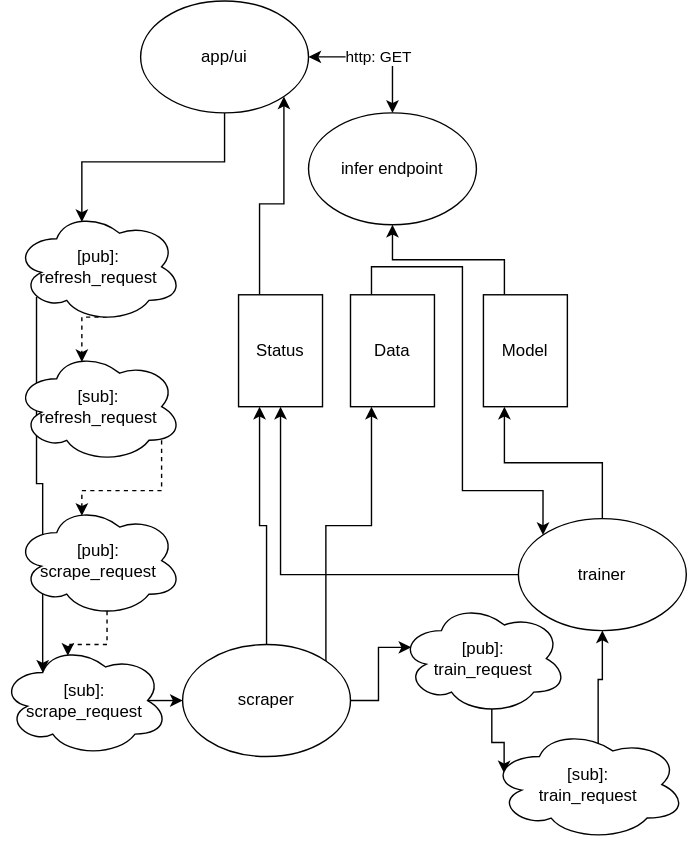
Above: Architecture.svg in tianle91/astroturf (draw.io), before the change. Source tidied: cells renumbered, new cells last; positions are measured from the earlier drawing's top-left corner, leaving out a move shared by most shapes.
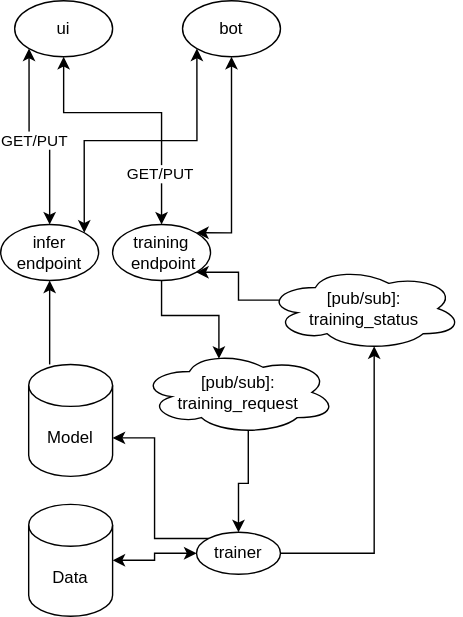
Above is the later version.

Diff of the diagram source:
```diff
@@ -2,102 +2,82 @@
   <root>
     <mxCell id="0" />
     <mxCell id="1" parent="0" />
-    <mxCell id="2" style="edgeStyle=orthogonalEdgeStyle;rounded=0;jettySize=auto;html=1;exitX=0.25;exitY=0;exitDx=0;exitDy=0;entryX=1;entryY=1;entryDx=0;entryDy=0;" parent="1" edge="1" source="3" target="23">
-      <mxGeometry relative="1" as="geometry" />
-    </mxCell>
-    <mxCell id="3" value="Status" style="shape=cylinder3;whiteSpace=wrap;html=1;boundedLbl=1;backgroundOutline=1;size=15;" parent="1" vertex="1">
-      <mxGeometry x="170" y="210" width="60" height="80" as="geometry" />
-    </mxCell>
-    <mxCell id="4" style="edgeStyle=orthogonalEdgeStyle;rounded=0;jettySize=auto;html=1;exitX=0.25;exitY=0;exitDx=0;exitDy=0;entryX=0;entryY=0;entryDx=0;entryDy=0;startArrow=none;startFill=0;" parent="1" edge="1" source="5" target="31">
-      <mxGeometry relative="1" as="geometry">
-        <Array as="points">
-          <mxPoint x="265" y="190" />
-          <mxPoint x="330" y="190" />
-          <mxPoint x="330" y="350" />
-          <mxPoint x="388" y="350" />
-        </Array>
-      </mxGeometry>
-    </mxCell>
+    <mxCell id="32" style="edgeStyle=orthogonalEdgeStyle;rounded=0;jettySize=auto;html=1;exitX=1;exitY=0.5;exitDx=0;exitDy=0;exitPerimeter=0;entryX=0;entryY=0.5;entryDx=0;entryDy=0;startArrow=classic;startFill=1;" parent="1" edge="1" source="5" target="28">
+      <mxGeometry relative="1" as="geometry" />
+    </mxCell>
     <mxCell id="5" value="Data" style="shape=cylinder3;whiteSpace=wrap;html=1;boundedLbl=1;backgroundOutline=1;size=15;" parent="1" vertex="1">
-      <mxGeometry x="250" y="210" width="60" height="80" as="geometry" />
+      <mxGeometry x="20" y="370" width="60" height="80" as="geometry" />
     </mxCell>
     <mxCell id="6" style="edgeStyle=orthogonalEdgeStyle;rounded=0;jettySize=auto;html=1;exitX=0.25;exitY=0;exitDx=0;exitDy=0;entryX=0.5;entryY=1;entryDx=0;entryDy=0;" parent="1" edge="1" source="7" target="24">
       <mxGeometry relative="1" as="geometry" />
     </mxCell>
     <mxCell id="7" value="Model" style="shape=cylinder3;whiteSpace=wrap;html=1;boundedLbl=1;backgroundOutline=1;size=15;" parent="1" vertex="1">
-      <mxGeometry x="345" y="210" width="60" height="80" as="geometry" />
+      <mxGeometry x="20" y="270" width="60" height="80" as="geometry" />
     </mxCell>
-    <mxCell id="8" style="edgeStyle=orthogonalEdgeStyle;rounded=0;jettySize=auto;html=1;exitX=0.55;exitY=0.95;exitDx=0;exitDy=0;exitPerimeter=0;entryX=0.4;entryY=0.1;entryDx=0;entryDy=0;entryPerimeter=0;dashed=1;" parent="1" edge="1" source="10" target="12">
-      <mxGeometry relative="1" as="geometry" />
-    </mxCell>
-    <mxCell id="9" style="edgeStyle=orthogonalEdgeStyle;rounded=0;jettySize=auto;html=1;exitX=0.13;exitY=0.77;exitDx=0;exitDy=0;exitPerimeter=0;entryX=0.25;entryY=0.25;entryDx=0;entryDy=0;entryPerimeter=0;" parent="1" edge="1" source="10" target="16">
-      <mxGeometry relative="1" as="geometry" />
-    </mxCell>
+    <mxCell id="33" style="edgeStyle=orthogonalEdgeStyle;rounded=0;jettySize=auto;html=1;exitX=0.55;exitY=0.95;exitDx=0;exitDy=0;exitPerimeter=0;entryX=0.5;entryY=0;entryDx=0;entryDy=0;startArrow=none;startFill=0;" parent="1" edge="1" source="10" target="28">
+      <mxGeometry relative="1" as="geometry" />
+    </mxCell>
-    <mxCell id="10" value="[pub]: &lt;br&gt;refresh_request" style="ellipse;shape=cloud;whiteSpace=wrap;html=1;" parent="1" vertex="1">
-      <mxGeometry x="10" y="150" width="120" height="80" as="geometry" />
+    <mxCell id="10" value="[pub/sub]: &lt;br&gt;training_request" style="ellipse;shape=cloud;whiteSpace=wrap;html=1;" parent="1" vertex="1">
+      <mxGeometry x="100" y="260" width="140" height="60" as="geometry" />
     </mxCell>
-    <mxCell id="11" style="edgeStyle=orthogonalEdgeStyle;rounded=0;jettySize=auto;html=1;exitX=0.875;exitY=0.5;exitDx=0;exitDy=0;exitPerimeter=0;entryX=0.4;entryY=0.1;entryDx=0;entryDy=0;entryPerimeter=0;dashed=1;" parent="1" edge="1" source="12" target="14">
-      <mxGeometry relative="1" as="geometry" />
-    </mxCell>
-    <mxCell id="12" value="[sub]: &lt;br&gt;refresh_request" style="ellipse;shape=cloud;whiteSpace=wrap;html=1;" parent="1" vertex="1">
-      <mxGeometry x="10" y="250" width="120" height="80" as="geometry" />
-    </mxCell>
-    <mxCell id="13" style="edgeStyle=orthogonalEdgeStyle;rounded=0;jettySize=auto;html=1;exitX=0.55;exitY=0.95;exitDx=0;exitDy=0;exitPerimeter=0;entryX=0.4;entryY=0.1;entryDx=0;entryDy=0;entryPerimeter=0;dashed=1;" parent="1" edge="1" source="14" target="16">
-      <mxGeometry relative="1" as="geometry" />
-    </mxCell>
-    <mxCell id="14" value="[pub]: &lt;br&gt;scrape_request" style="ellipse;shape=cloud;whiteSpace=wrap;html=1;" parent="1" vertex="1">
-      <mxGeometry x="10" y="360" width="120" height="80" as="geometry" />
-    </mxCell>
-    <mxCell id="15" style="edgeStyle=orthogonalEdgeStyle;rounded=0;jettySize=auto;html=1;exitX=0.875;exitY=0.5;exitDx=0;exitDy=0;exitPerimeter=0;entryX=0;entryY=0.5;entryDx=0;entryDy=0;startArrow=none;startFill=0;" parent="1" edge="1" source="16" target="28">
-      <mxGeometry relative="1" as="geometry" />
-    </mxCell>
-    <mxCell id="16" value="[sub]: &lt;br&gt;scrape_request" style="ellipse;shape=cloud;whiteSpace=wrap;html=1;" parent="1" vertex="1">
-      <mxGeometry y="460" width="120" height="80" as="geometry" />
-    </mxCell>
-    <mxCell id="17" style="edgeStyle=orthogonalEdgeStyle;rounded=0;jettySize=auto;html=1;exitX=0.55;exitY=0.95;exitDx=0;exitDy=0;exitPerimeter=0;entryX=0.07;entryY=0.4;entryDx=0;entryDy=0;entryPerimeter=0;" parent="1" edge="1" source="18" target="20">
-      <mxGeometry relative="1" as="geometry" />
-    </mxCell>
-    <mxCell id="18" value="[pub]: &lt;br&gt;train_request" style="ellipse;shape=cloud;whiteSpace=wrap;html=1;" parent="1" vertex="1">
-      <mxGeometry x="285" y="430" width="120" height="80" as="geometry" />
-    </mxCell>
-    <mxCell id="19" style="edgeStyle=orthogonalEdgeStyle;rounded=0;jettySize=auto;html=1;exitX=0.55;exitY=0.95;exitDx=0;exitDy=0;exitPerimeter=0;" parent="1" edge="1" source="20" target="31">
-      <mxGeometry relative="1" as="geometry" />
-    </mxCell>
-    <mxCell id="20" value="[sub]: &lt;br&gt;train_request" style="ellipse;shape=cloud;whiteSpace=wrap;html=1;" parent="1" vertex="1">
-      <mxGeometry x="350" y="520" width="140" height="80" as="geometry" />
-    </mxCell>
-    <mxCell id="21" value="http: GET" style="edgeStyle=orthogonalEdgeStyle;rounded=0;jettySize=auto;html=1;exitX=1;exitY=0.5;exitDx=0;exitDy=0;entryX=0.5;entryY=0;entryDx=0;entryDy=0;startArrow=classic;startFill=1;" parent="1" edge="1" source="23" target="24">
+    <mxCell id="21" value="GET/PUT" style="edgeStyle=orthogonalEdgeStyle;rounded=0;jettySize=auto;html=1;exitX=0;exitY=1;exitDx=0;exitDy=0;entryX=0.5;entryY=0;entryDx=0;entryDy=0;startArrow=classic;startFill=1;" parent="1" edge="1" source="23" target="24">
       <mxGeometry relative="1" as="geometry" />
     </mxCell>
-    <mxCell id="22" style="edgeStyle=orthogonalEdgeStyle;rounded=0;jettySize=auto;html=1;exitX=0.5;exitY=1;exitDx=0;exitDy=0;entryX=0.4;entryY=0.1;entryDx=0;entryDy=0;entryPerimeter=0;" parent="1" edge="1" source="23" target="10">
-      <mxGeometry relative="1" as="geometry" />
-    </mxCell>
-    <mxCell id="23" value="app/ui" style="ellipse;whiteSpace=wrap;html=1;" parent="1" vertex="1">
-      <mxGeometry x="100" width="120" height="80" as="geometry" />
+    <mxCell id="23" value="ui" style="ellipse;whiteSpace=wrap;html=1;" parent="1" vertex="1">
+      <mxGeometry x="10" y="10" width="70" height="40" as="geometry" />
     </mxCell>
+    <mxCell id="34" style="edgeStyle=orthogonalEdgeStyle;rounded=0;jettySize=auto;html=1;exitX=1;exitY=0;exitDx=0;exitDy=0;entryX=0;entryY=1;entryDx=0;entryDy=0;startArrow=classic;startFill=1;" parent="1" edge="1" source="24" target="44">
+      <mxGeometry relative="1" as="geometry">
+        <Array as="points">
+          <mxPoint x="60" y="110" />
+          <mxPoint x="140" y="110" />
+        </Array>
+      </mxGeometry>
+    </mxCell>
     <mxCell id="24" value="infer endpoint" style="ellipse;whiteSpace=wrap;html=1;" parent="1" vertex="1">
-      <mxGeometry x="220" y="80" width="120" height="80" as="geometry" />
+      <mxGeometry y="170" width="70" height="40" as="geometry" />
     </mxCell>
-    <mxCell id="25" style="edgeStyle=orthogonalEdgeStyle;rounded=0;jettySize=auto;html=1;exitX=1;exitY=0.5;exitDx=0;exitDy=0;entryX=0.07;entryY=0.4;entryDx=0;entryDy=0;entryPerimeter=0;" parent="1" edge="1" source="28" target="18">
-      <mxGeometry relative="1" as="geometry" />
-    </mxCell>
-    <mxCell id="26" style="edgeStyle=orthogonalEdgeStyle;rounded=0;jettySize=auto;html=1;entryX=0.25;entryY=1;entryDx=0;entryDy=0;exitX=0.5;exitY=0;exitDx=0;exitDy=0;" parent="1" edge="1" source="28" target="3">
-      <mxGeometry relative="1" as="geometry" />
-    </mxCell>
-    <mxCell id="27" style="edgeStyle=orthogonalEdgeStyle;rounded=0;jettySize=auto;html=1;exitX=1;exitY=0;exitDx=0;exitDy=0;entryX=0.25;entryY=1;entryDx=0;entryDy=0;startArrow=none;startFill=0;" parent="1" edge="1" source="28" target="5">
-      <mxGeometry relative="1" as="geometry" />
-    </mxCell>
+    <mxCell id="35" style="edgeStyle=orthogonalEdgeStyle;rounded=0;jettySize=auto;html=1;exitX=0;exitY=0;exitDx=0;exitDy=0;entryX=1;entryY=0;entryDx=0;entryDy=52.5;entryPerimeter=0;startArrow=none;startFill=0;" parent="1" edge="1" source="28" target="7">
+      <mxGeometry relative="1" as="geometry" />
+    </mxCell>
+    <mxCell id="36" style="edgeStyle=orthogonalEdgeStyle;rounded=0;jettySize=auto;html=1;exitX=1;exitY=0.5;exitDx=0;exitDy=0;entryX=0.55;entryY=0.95;entryDx=0;entryDy=0;entryPerimeter=0;startArrow=none;startFill=0;" parent="1" edge="1" source="28" target="43">
+      <mxGeometry relative="1" as="geometry" />
+    </mxCell>
-    <mxCell id="28" value="scraper" style="ellipse;whiteSpace=wrap;html=1;" parent="1" vertex="1">
-      <mxGeometry x="130" y="460" width="120" height="80" as="geometry" />
+    <mxCell id="28" value="trainer" style="ellipse;whiteSpace=wrap;html=1;" parent="1" vertex="1">
+      <mxGeometry x="140" y="390" width="60" height="30" as="geometry" />
     </mxCell>
-    <mxCell id="29" style="edgeStyle=orthogonalEdgeStyle;rounded=0;jettySize=auto;html=1;exitX=0.5;exitY=0;exitDx=0;exitDy=0;entryX=0.25;entryY=1;entryDx=0;entryDy=0;" parent="1" edge="1" source="31" target="7">
-      <mxGeometry relative="1" as="geometry" />
-    </mxCell>
-    <mxCell id="30" style="edgeStyle=orthogonalEdgeStyle;rounded=0;jettySize=auto;html=1;exitX=0;exitY=0.5;exitDx=0;exitDy=0;entryX=0.5;entryY=1;entryDx=0;entryDy=0;" parent="1" edge="1" source="31" target="3">
-      <mxGeometry relative="1" as="geometry" />
-    </mxCell>
-    <mxCell id="31" value="trainer" style="ellipse;whiteSpace=wrap;html=1;" parent="1" vertex="1">
-      <mxGeometry x="370" y="370" width="120" height="80" as="geometry" />
-    </mxCell>
+    <mxCell id="37" style="edgeStyle=orthogonalEdgeStyle;rounded=0;jettySize=auto;html=1;exitX=0.5;exitY=0;exitDx=0;exitDy=0;entryX=0.5;entryY=1;entryDx=0;entryDy=0;startArrow=classic;startFill=1;" parent="1" edge="1" source="41" target="23">
+      <mxGeometry relative="1" as="geometry">
+        <Array as="points">
+          <mxPoint x="115" y="90" />
+          <mxPoint x="45" y="90" />
+        </Array>
+      </mxGeometry>
+    </mxCell>
+    <mxCell id="38" value="GET/PUT" style="edgeLabel;html=1;align=center;verticalAlign=middle;" parent="37" vertex="1">
+      <mxGeometry x="-0.61" y="2" relative="1" as="geometry" />
+    </mxCell>
+    <mxCell id="39" style="edgeStyle=orthogonalEdgeStyle;rounded=0;jettySize=auto;html=1;exitX=0.5;exitY=1;exitDx=0;exitDy=0;entryX=0.4;entryY=0.1;entryDx=0;entryDy=0;entryPerimeter=0;startArrow=none;startFill=0;" parent="1" edge="1" source="41" target="10">
+      <mxGeometry relative="1" as="geometry" />
+    </mxCell>
+    <mxCell id="40" style="edgeStyle=orthogonalEdgeStyle;rounded=0;jettySize=auto;html=1;exitX=1;exitY=0;exitDx=0;exitDy=0;entryX=0.5;entryY=1;entryDx=0;entryDy=0;startArrow=classic;startFill=1;" parent="1" edge="1" source="41" target="44">
+      <mxGeometry relative="1" as="geometry">
+        <Array as="points">
+          <mxPoint x="165" y="176" />
+        </Array>
+      </mxGeometry>
+    </mxCell>
+    <mxCell id="41" value="training&lt;br&gt;&amp;nbsp;endpoint" style="ellipse;whiteSpace=wrap;html=1;" parent="1" vertex="1">
+      <mxGeometry x="80" y="170" width="70" height="40" as="geometry" />
+    </mxCell>
+    <mxCell id="42" style="edgeStyle=orthogonalEdgeStyle;rounded=0;jettySize=auto;html=1;exitX=0.07;exitY=0.4;exitDx=0;exitDy=0;exitPerimeter=0;entryX=1;entryY=1;entryDx=0;entryDy=0;startArrow=none;startFill=0;" parent="1" edge="1" source="43" target="41">
+      <mxGeometry relative="1" as="geometry" />
+    </mxCell>
+    <mxCell id="43" value="[pub/sub]: &lt;br&gt;training_status" style="ellipse;shape=cloud;whiteSpace=wrap;html=1;" parent="1" vertex="1">
+      <mxGeometry x="190" y="200" width="140" height="60" as="geometry" />
+    </mxCell>
+    <mxCell id="44" value="bot" style="ellipse;whiteSpace=wrap;html=1;" parent="1" vertex="1">
+      <mxGeometry x="130" y="10" width="70" height="40" as="geometry" />
+    </mxCell>
   </root>
 </mxGraphModel>
```
